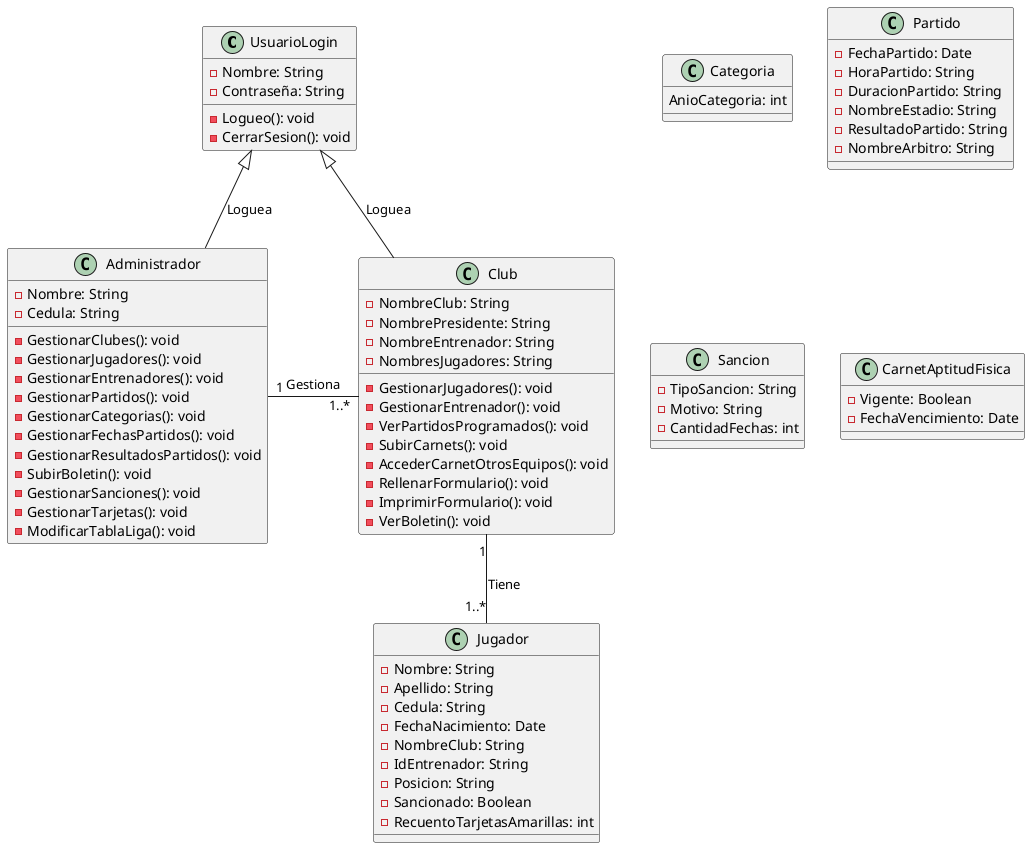
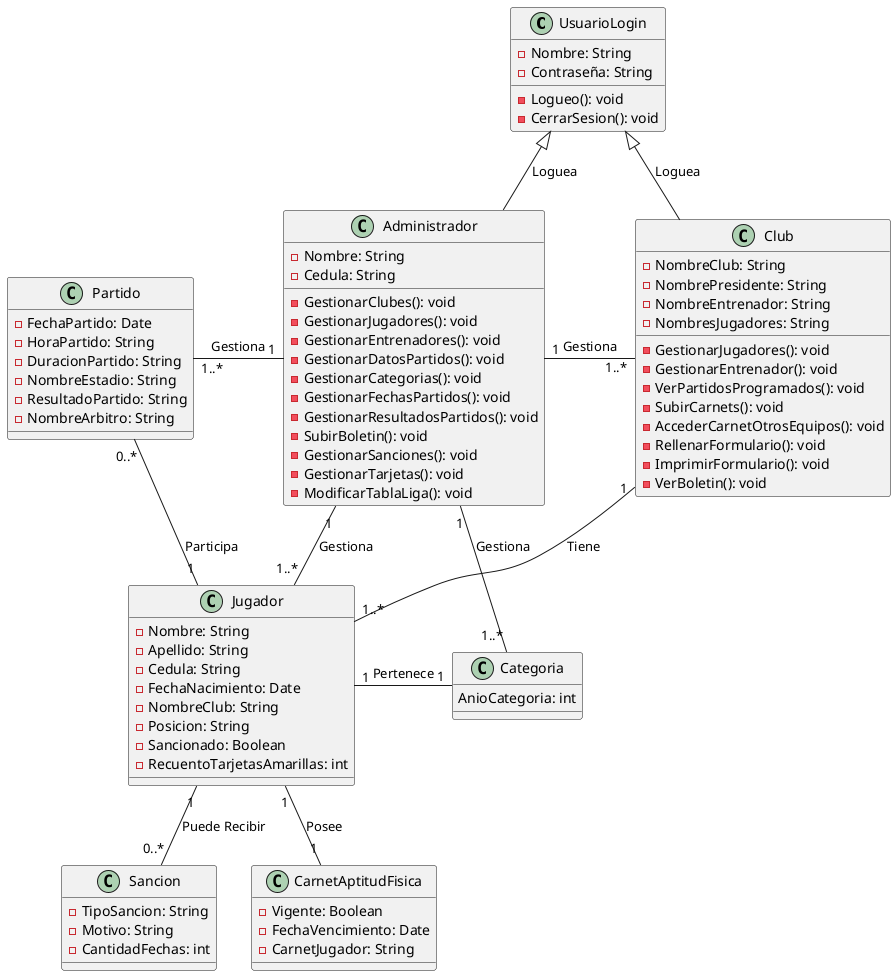
@startuml Final

class UsuarioLogin {
    -Nombre: String
    -Contraseña: String

    -Logueo(): void
    -CerrarSesion(): void

}

class Administrador {
    -Nombre: String
    -Cedula: String

    -GestionarClubes(): void
    -GestionarJugadores(): void
    -GestionarEntrenadores(): void
-     -GestionarPartidos(): void
+     -GestionarDatosPartidos(): void
    -GestionarCategorias(): void
    -GestionarFechasPartidos(): void
    -GestionarResultadosPartidos(): void
    -SubirBoletin(): void
    -GestionarSanciones(): void
    -GestionarTarjetas(): void
    -ModificarTablaLiga(): void
}

class Club {
    -NombreClub: String
    -NombrePresidente: String
    -NombreEntrenador: String
    -NombresJugadores: String

    -GestionarJugadores(): void
    -GestionarEntrenador(): void
    -VerPartidosProgramados(): void
    -SubirCarnets(): void
    -AccederCarnetOtrosEquipos(): void
    -RellenarFormulario(): void
    -ImprimirFormulario(): void
    -VerBoletin(): void
}

class Jugador {
    -Nombre: String
    -Apellido: String
    -Cedula: String
    -FechaNacimiento: Date
    -NombreClub: String
-     -IdEntrenador: String
    -Posicion: String
    -Sancionado: Boolean
    -RecuentoTarjetasAmarillas: int
}

class Categoria {
    AnioCategoria: int
}

class Partido {
    -FechaPartido: Date
    -HoraPartido: String
    -DuracionPartido: String
    -NombreEstadio: String
    -ResultadoPartido: String
    -NombreArbitro: String
}

class Sancion {
    -TipoSancion: String
    -Motivo: String
    -CantidadFechas: int
}

class CarnetAptitudFisica {
    -Vigente: Boolean
    -FechaVencimiento: Date
+     -CarnetJugador: String
}

UsuarioLogin <|-- Administrador: Loguea
UsuarioLogin <|-- Club: Loguea
+ 
Administrador "1" -right- "1..*" Club: Gestiona
+ Administrador "1" -left- "1..*" Partido: Gestiona
+ Administrador "1" -- "1..*" Jugador: Gestiona
+ Administrador "1" -- "1..*" Categoria: Gestiona
+ 
Club "1" -down- "1..*" Jugador: Tiene

+ Jugador "1" -right- "1" Categoria: Pertenece
+ Jugador "1" -down- "0..*" Sancion: Puede Recibir
+ Jugador "1" -down- "1" CarnetAptitudFisica: Posee
+ Jugador "1" -left- "0..*" Partido: Participa
@enduml